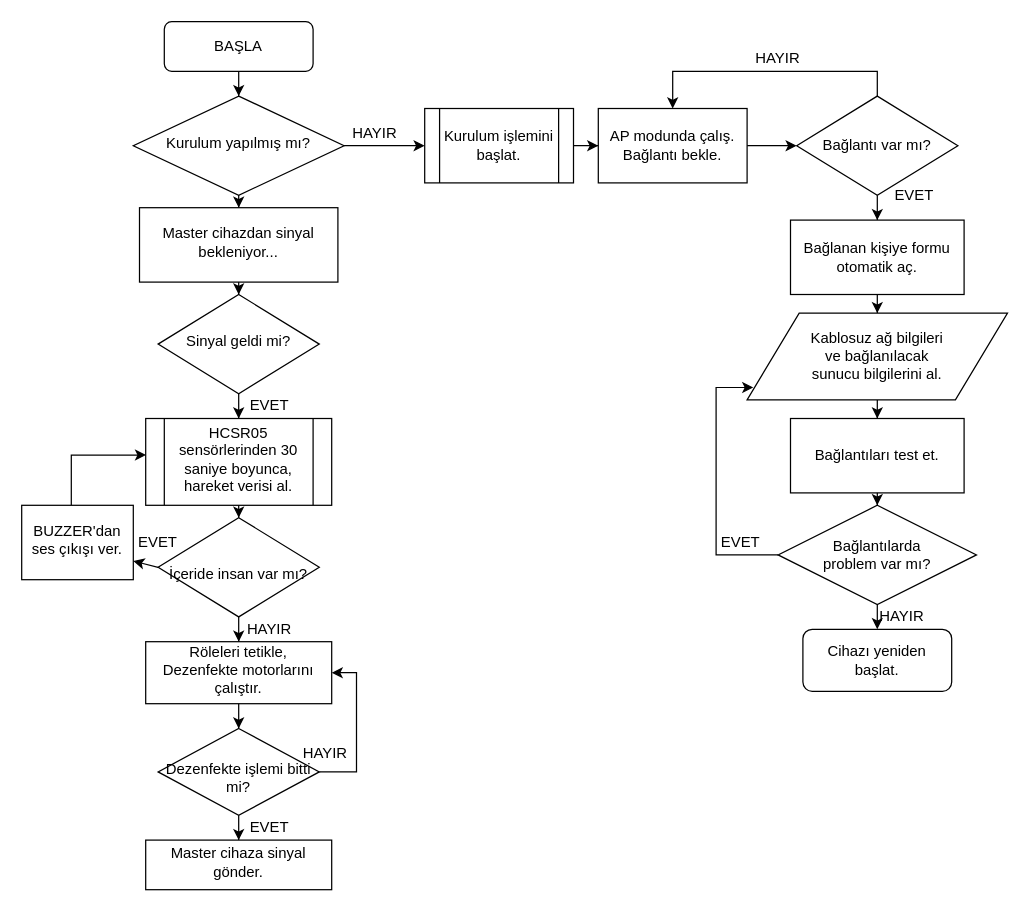
Earlier version of the draw.io diagram Slave.drawio (atakanargn/jpebs). Source tidied: cells renumbered, new cells numbered last; positions are measured from the earlier drawing's top-left corner, leaving out a move shared by most shapes. Both pictures are drawn from the tidied source at 124%, with x=0, y=0 at pixel (21, 21).
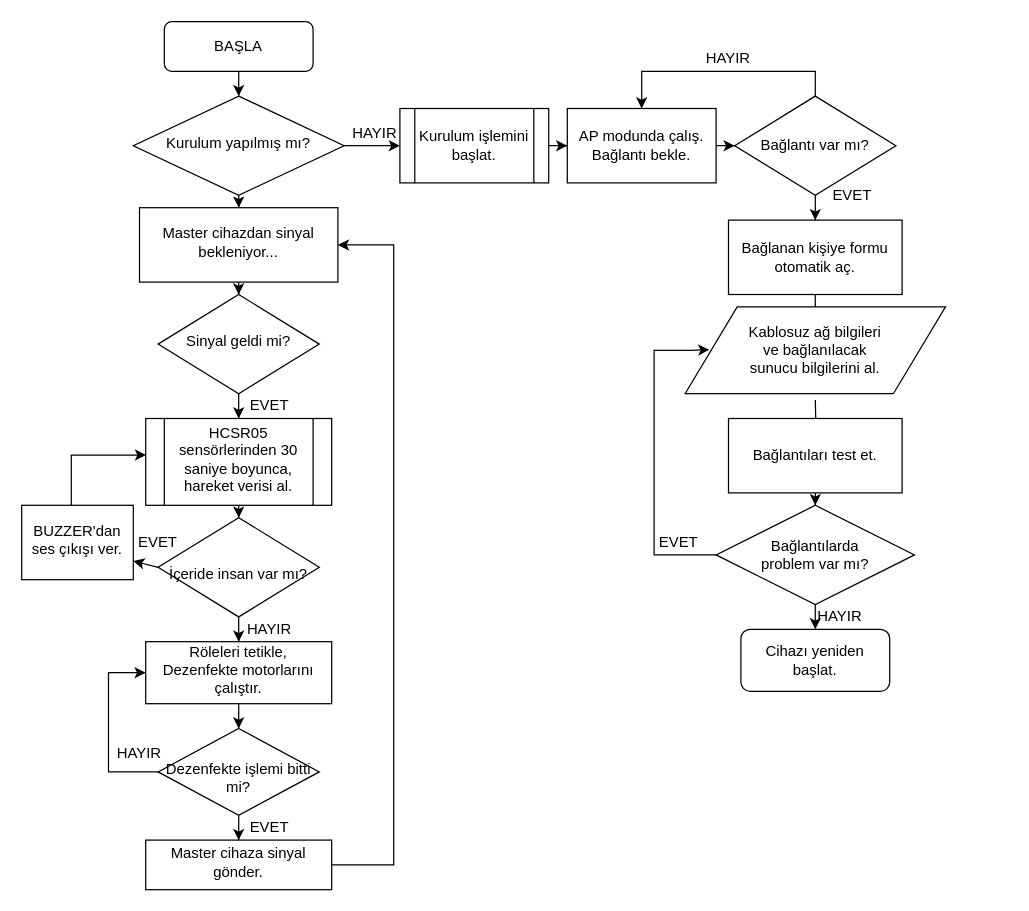
After the change.

Unchanged cells that the change refers to:
```xml
<mxCell id="30" value="&lt;div&gt;Master cihazdan sinyal bekleniyor...&lt;/div&gt;" style="whiteSpace=wrap;html=1;shadow=0;strokeWidth=1;spacing=6;spacingTop=-4;" parent="1" vertex="1">
  <mxGeometry x="95" y="150" width="160" height="60" as="geometry" />
</mxCell>
<mxCell id="43" value="&lt;div&gt;Röleleri tetikle,&lt;/div&gt;&lt;div&gt;Dezenfekte motorlarını çalıştır.&lt;br&gt;&lt;/div&gt;" style="whiteSpace=wrap;html=1;shadow=0;strokeWidth=1;spacing=6;spacingTop=-4;" parent="1" vertex="1">
  <mxGeometry x="100" y="500" width="150" height="50" as="geometry" />
</mxCell>
<mxCell id="47" value="&lt;div&gt;&lt;br&gt;&lt;/div&gt;&lt;div&gt;Dezenfekte işlemi bitti mi?&lt;/div&gt;" style="rhombus;whiteSpace=wrap;html=1;shadow=0;strokeWidth=1;spacing=6;spacingTop=-4;" parent="1" vertex="1">
  <mxGeometry x="110" y="570" width="130" height="70" as="geometry" />
</mxCell>
<mxCell id="49" value="Master cihaza sinyal gönder." style="whiteSpace=wrap;html=1;shadow=0;strokeWidth=1;spacing=6;spacingTop=-4;" parent="1" vertex="1">
  <mxGeometry x="100" y="660" width="150" height="40" as="geometry" />
</mxCell>
```

Diff of the diagram source:
```diff
@@
     <mxCell id="9" value="Kurulum işlemini başlat." style="shape=process;whiteSpace=wrap;html=1;backgroundOutline=1;" parent="1" vertex="1">
-      <mxGeometry x="325" y="70" width="120" height="60" as="geometry" />
+      <mxGeometry x="305" y="70" width="120" height="60" as="geometry" />
     </mxCell>
@@
     <mxCell id="11" value="AP modunda çalış.&lt;br&gt;&lt;div&gt;Bağlantı bekle.&lt;/div&gt;" style="rounded=0;whiteSpace=wrap;html=1;" parent="1" vertex="1">
-      <mxGeometry x="465" y="70" width="120" height="60" as="geometry" />
+      <mxGeometry x="440" y="70" width="120" height="60" as="geometry" />
     </mxCell>
     <mxCell id="12" style="edgeStyle=orthogonalEdgeStyle;rounded=0;jettySize=auto;html=1;entryX=0.5;entryY=0;entryDx=0;entryDy=0;" parent="1" edge="1" source="14" target="11">
       <mxGeometry relative="1" as="geometry">
         <Array as="points">
-          <mxPoint x="690" y="40" />
-          <mxPoint x="525" y="40" />
+          <mxPoint x="640" y="40" />
+          <mxPoint x="500" y="40" />
         </Array>
       </mxGeometry>
     </mxCell>
@@
     <mxCell id="14" value="Bağlantı var mı?" style="rhombus;whiteSpace=wrap;html=1;" parent="1" vertex="1">
-      <mxGeometry x="625" y="60" width="130" height="80" as="geometry" />
+      <mxGeometry x="575" y="60" width="130" height="80" as="geometry" />
     </mxCell>
     <mxCell id="15" value="&lt;div&gt;HAYIR&lt;/div&gt;" style="text;html=1;strokeColor=none;fillColor=none;align=center;verticalAlign=middle;whiteSpace=wrap;rounded=0;" parent="1" vertex="1">
-      <mxGeometry x="590" y="20" width="40" height="20" as="geometry" />
+      <mxGeometry x="550" y="20" width="40" height="20" as="geometry" />
     </mxCell>
-    <mxCell id="16" style="edgeStyle=orthogonalEdgeStyle;rounded=0;jettySize=auto;html=1;" parent="1" edge="1" source="17" target="19">
-      <mxGeometry relative="1" as="geometry" />
+    <mxCell id="16" style="edgeStyle=orthogonalEdgeStyle;rounded=0;jettySize=auto;html=1;" parent="1" edge="1" source="17">
+      <mxGeometry relative="1" as="geometry">
+        <mxPoint x="640" y="235" as="targetPoint" />
+      </mxGeometry>
     </mxCell>
     <mxCell id="17" value="&lt;div&gt;Bağlanan kişiye formu otomatik aç.&lt;/div&gt;" style="rounded=0;whiteSpace=wrap;html=1;" parent="1" vertex="1">
-      <mxGeometry x="620" y="160" width="140" height="60" as="geometry" />
+      <mxGeometry x="570" y="160" width="140" height="60" as="geometry" />
     </mxCell>
-    <mxCell id="18" style="edgeStyle=orthogonalEdgeStyle;rounded=0;jettySize=auto;html=1;" parent="1" edge="1" source="19" target="21">
-      <mxGeometry relative="1" as="geometry" />
+    <mxCell id="18" style="edgeStyle=orthogonalEdgeStyle;rounded=0;jettySize=auto;html=1;" parent="1" edge="1" target="21">
+      <mxGeometry relative="1" as="geometry">
+        <mxPoint x="640" y="305" as="sourcePoint" />
+      </mxGeometry>
     </mxCell>
     <mxCell id="19" value="&lt;div&gt;Kablosuz ağ bilgileri&lt;/div&gt;&lt;div&gt;ve bağlanılacak&lt;/div&gt;&lt;div&gt;sunucu bilgilerini al.&lt;/div&gt;" style="shape=parallelogram;whiteSpace=wrap;html=1;boundedLbl=1;rounded=0;" parent="1" vertex="1">
-      <mxGeometry x="585" y="235" width="210" height="70" as="geometry" />
+      <mxGeometry x="535" y="230" width="210" height="70" as="geometry" />
     </mxCell>
@@
     <mxCell id="21" value="Bağlantıları test et." style="whiteSpace=wrap;html=1;rounded=0;" parent="1" vertex="1">
-      <mxGeometry x="620" y="320" width="140" height="60" as="geometry" />
+      <mxGeometry x="570" y="320" width="140" height="60" as="geometry" />
     </mxCell>
-    <mxCell id="22" style="edgeStyle=orthogonalEdgeStyle;rounded=0;jettySize=auto;html=1;" parent="1" edge="1" source="24">
+    <mxCell id="22" style="edgeStyle=orthogonalEdgeStyle;rounded=0;jettySize=auto;html=1;entryX=0.093;entryY=0.493;entryDx=0;entryDy=0;entryPerimeter=0;" parent="1" edge="1" source="24" target="19">
       <mxGeometry relative="1" as="geometry">
-        <mxPoint x="590" y="295" as="targetPoint" />
         <Array as="points">
-          <mxPoint x="560" y="430" />
-          <mxPoint x="560" y="295" />
+          <mxPoint x="510" y="430" />
+          <mxPoint x="510" y="265" />
+          <mxPoint x="540" y="265" />
         </Array>
       </mxGeometry>
     </mxCell>
     <mxCell id="23" style="edgeStyle=orthogonalEdgeStyle;rounded=0;jettySize=auto;html=1;entryX=0.5;entryY=0;entryDx=0;entryDy=0;" parent="1" edge="1" source="24">
       <mxGeometry relative="1" as="geometry">
-        <mxPoint x="690" y="490" as="targetPoint" />
+        <mxPoint x="640" y="490" as="targetPoint" />
       </mxGeometry>
     </mxCell>
     <mxCell id="24" value="&lt;div&gt;Bağlantılarda&lt;/div&gt;&lt;div&gt;problem var mı?&lt;/div&gt;" style="rhombus;whiteSpace=wrap;html=1;rounded=0;" parent="1" vertex="1">
-      <mxGeometry x="610" y="390" width="160" height="80" as="geometry" />
+      <mxGeometry x="560" y="390" width="160" height="80" as="geometry" />
     </mxCell>
     <mxCell id="25" value="EVET" style="text;html=1;strokeColor=none;fillColor=none;align=center;verticalAlign=middle;whiteSpace=wrap;rounded=0;" parent="1" vertex="1">
-      <mxGeometry x="560" y="410" width="40" height="20" as="geometry" />
+      <mxGeometry x="510" y="410" width="40" height="20" as="geometry" />
     </mxCell>
     <mxCell id="26" value="&lt;div&gt;EVET&lt;/div&gt;" style="text;html=1;strokeColor=none;fillColor=none;align=center;verticalAlign=middle;whiteSpace=wrap;rounded=0;" parent="1" vertex="1">
-      <mxGeometry x="700" y="130" width="40" height="20" as="geometry" />
+      <mxGeometry x="650" y="130" width="40" height="20" as="geometry" />
     </mxCell>
     <mxCell id="27" value="&lt;div&gt;HAYIR&lt;/div&gt;" style="text;html=1;strokeColor=none;fillColor=none;align=center;verticalAlign=middle;whiteSpace=wrap;rounded=0;" parent="1" vertex="1">
-      <mxGeometry x="690" y="470" width="40" height="20" as="geometry" />
+      <mxGeometry x="640" y="470" width="40" height="20" as="geometry" />
     </mxCell>
     <mxCell id="28" value="&lt;div&gt;Cihazı yeniden başlat.&lt;/div&gt;" style="rounded=1;whiteSpace=wrap;html=1;" parent="1" vertex="1">
-      <mxGeometry x="630" y="490" width="120" height="50" as="geometry" />
+      <mxGeometry x="580" y="490" width="120" height="50" as="geometry" />
     </mxCell>
@@
-    <mxCell id="45" style="edgeStyle=orthogonalEdgeStyle;rounded=0;jettySize=auto;html=1;entryX=1;entryY=0.5;entryDx=0;entryDy=0;" parent="1" edge="1" source="47" target="43">
+    <mxCell id="45" style="edgeStyle=orthogonalEdgeStyle;rounded=0;jettySize=auto;html=1;" parent="1" edge="1" source="47">
       <mxGeometry relative="1" as="geometry">
+        <mxPoint x="100" y="525" as="targetPoint" />
         <Array as="points">
           <mxPoint x="175" y="605" />
-          <mxPoint x="270" y="605" />
-          <mxPoint x="270" y="525" />
+          <mxPoint x="70" y="605" />
+          <mxPoint x="70" y="525" />
         </Array>
       </mxGeometry>
     </mxCell>
@@
     <mxCell id="48" value="&lt;div&gt;HAYIR&lt;/div&gt;" style="text;html=1;strokeColor=none;fillColor=none;align=center;verticalAlign=middle;whiteSpace=wrap;rounded=0;" parent="1" vertex="1">
-      <mxGeometry x="225" y="580" width="40" height="20" as="geometry" />
+      <mxGeometry x="75" y="580" width="40" height="20" as="geometry" />
     </mxCell>
+    <mxCell id="51" style="edgeStyle=orthogonalEdgeStyle;rounded=0;jettySize=auto;html=1;" parent="1" edge="1" source="49" target="30">
+      <mxGeometry relative="1" as="geometry">
+        <Array as="points">
+          <mxPoint x="300" y="680" />
+          <mxPoint x="300" y="180" />
+        </Array>
+      </mxGeometry>
+    </mxCell>
```
